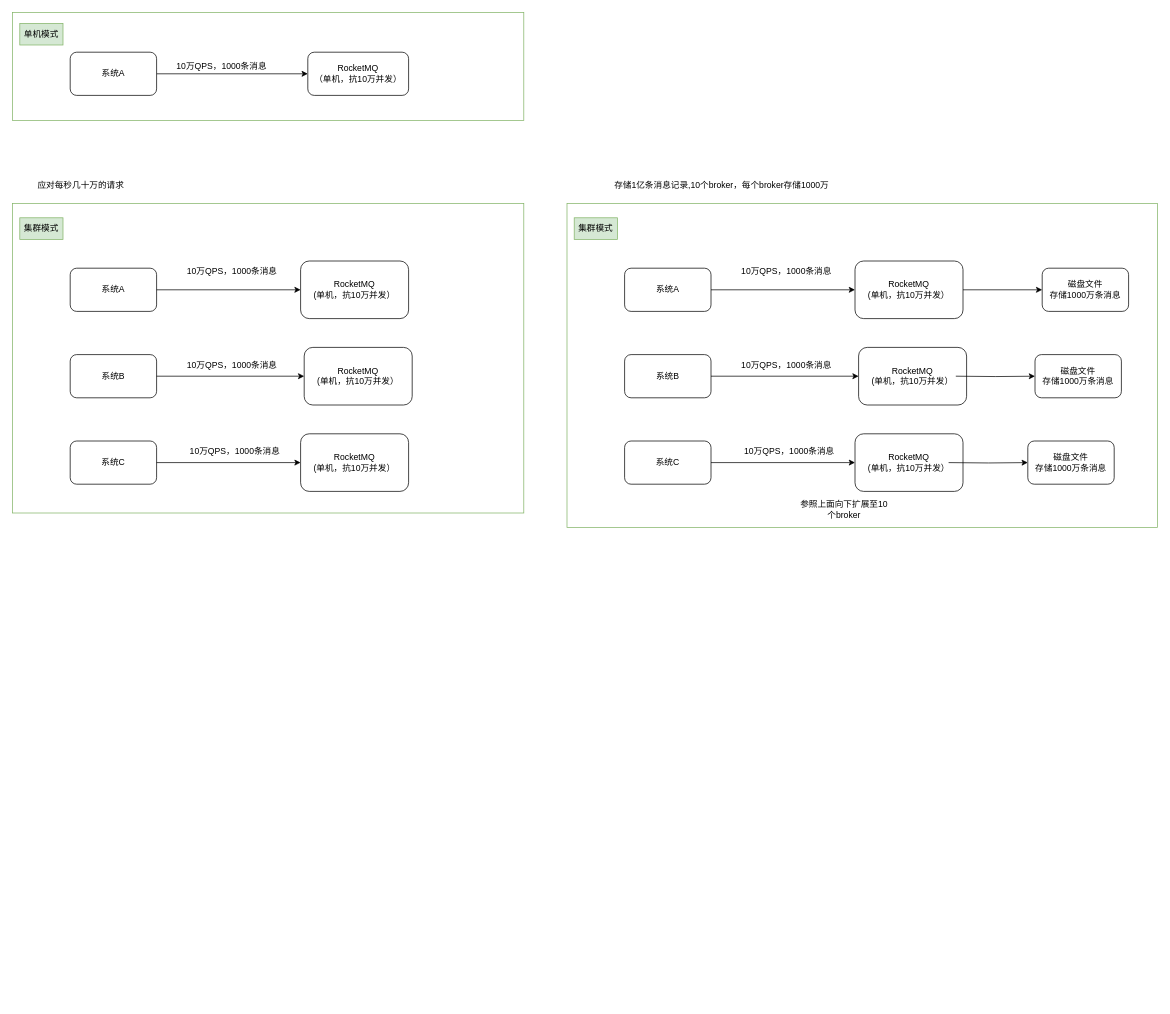
Above: RocketMQ.drawio in ChengyangLei/diagrams (draw.io), before the change. Source tidied: cells renumbered, new cells numbered last; positions are measured from the earlier drawing's top-left corner, leaving out a move shared by most shapes. Both pictures are drawn from the tidied source at 72%, with x=0, y=0 at pixel (12, 12).
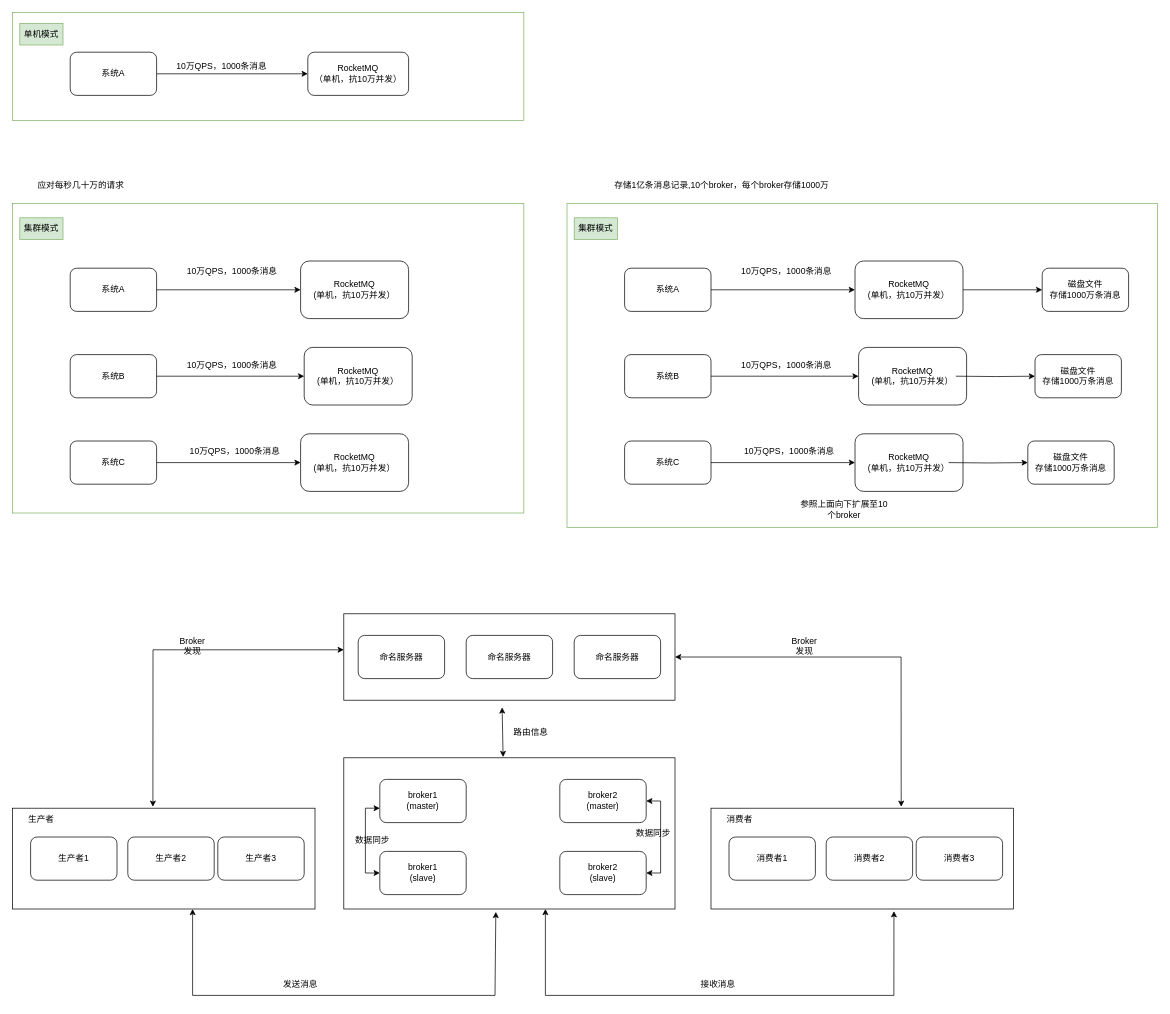
The same diagram, later.

The edit, as a diff of the source:
```diff
@@
+    <mxCell id="45" style="rounded=0;whiteSpace=wrap;html=1;fillColor=none;gradientColor=none;" parent="1" vertex="1">
+      <mxGeometry y="1105" width="420" height="140" as="geometry" />
+    </mxCell>
+    <mxCell id="46" value="生产者1" style="rounded=1;whiteSpace=wrap;html=1;fillColor=none;gradientColor=none;" parent="1" vertex="1">
+      <mxGeometry x="25" y="1145" width="120" height="60" as="geometry" />
+    </mxCell>
+    <mxCell id="47" value="生产者2" style="rounded=1;whiteSpace=wrap;html=1;fillColor=none;gradientColor=none;" parent="1" vertex="1">
+      <mxGeometry x="160" y="1145" width="120" height="60" as="geometry" />
+    </mxCell>
+    <mxCell id="48" value="生产者3" style="rounded=1;whiteSpace=wrap;html=1;fillColor=none;gradientColor=none;" parent="1" vertex="1">
+      <mxGeometry x="285" y="1145" width="120" height="60" as="geometry" />
+    </mxCell>
+    <mxCell id="49" value="生产者" style="text;html=1;strokeColor=none;fillColor=none;align=center;verticalAlign=middle;whiteSpace=wrap;rounded=0;" parent="1" vertex="1">
+      <mxGeometry x="10" y="1105" width="60" height="30" as="geometry" />
+    </mxCell>
+    <mxCell id="50" style="rounded=0;whiteSpace=wrap;html=1;fillColor=none;gradientColor=none;" parent="1" vertex="1">
+      <mxGeometry x="460" y="835" width="460" height="120" as="geometry" />
+    </mxCell>
+    <mxCell id="51" value="命名服务器" style="rounded=1;whiteSpace=wrap;html=1;fillColor=none;gradientColor=none;" parent="1" vertex="1">
+      <mxGeometry x="480" y="865" width="120" height="60" as="geometry" />
+    </mxCell>
+    <mxCell id="52" value="命名服务器" style="rounded=1;whiteSpace=wrap;html=1;fillColor=none;gradientColor=none;" parent="1" vertex="1">
+      <mxGeometry x="780" y="865" width="120" height="60" as="geometry" />
+    </mxCell>
+    <mxCell id="53" value="命名服务器" style="rounded=1;whiteSpace=wrap;html=1;fillColor=none;gradientColor=none;" parent="1" vertex="1">
+      <mxGeometry x="630" y="865" width="120" height="60" as="geometry" />
+    </mxCell>
+    <mxCell id="54" style="rounded=0;whiteSpace=wrap;html=1;fillColor=none;gradientColor=none;" parent="1" vertex="1">
+      <mxGeometry x="460" y="1035" width="460" height="210" as="geometry" />
+    </mxCell>
+    <mxCell id="55" value="broker1 &lt;br&gt;(master)" style="rounded=1;whiteSpace=wrap;html=1;fillColor=none;gradientColor=none;" parent="1" vertex="1">
+      <mxGeometry x="510" y="1065" width="120" height="60" as="geometry" />
+    </mxCell>
+    <mxCell id="56" value="broker2&lt;br&gt;(master)" style="rounded=1;whiteSpace=wrap;html=1;fillColor=none;gradientColor=none;" parent="1" vertex="1">
+      <mxGeometry x="760" y="1065" width="120" height="60" as="geometry" />
+    </mxCell>
+    <mxCell id="57" value="broker1 &lt;br&gt;(slave)" style="rounded=1;whiteSpace=wrap;html=1;fillColor=none;gradientColor=none;" parent="1" vertex="1">
+      <mxGeometry x="510" y="1165" width="120" height="60" as="geometry" />
+    </mxCell>
+    <mxCell id="58" value="broker2&lt;br&gt;(slave)" style="rounded=1;whiteSpace=wrap;html=1;fillColor=none;gradientColor=none;" parent="1" vertex="1">
+      <mxGeometry x="760" y="1165" width="120" height="60" as="geometry" />
+    </mxCell>
+    <mxCell id="59" style="endArrow=classic;startArrow=classic;html=1;rounded=0;exitX=0;exitY=0.5;exitDx=0;exitDy=0;" parent="1" edge="1" source="57">
+      <mxGeometry relative="1" as="geometry">
+        <mxPoint x="510" y="1105" as="targetPoint" />
+        <Array as="points">
+          <mxPoint x="490" y="1195" />
+          <mxPoint x="490" y="1105" />
+        </Array>
+      </mxGeometry>
+    </mxCell>
+    <mxCell id="60" value="数据同步" style="text;html=1;strokeColor=none;fillColor=none;align=center;verticalAlign=middle;whiteSpace=wrap;rounded=0;" parent="1" vertex="1">
+      <mxGeometry x="470" y="1135" width="60" height="30" as="geometry" />
+    </mxCell>
+    <mxCell id="61" style="endArrow=classic;startArrow=classic;html=1;rounded=0;exitX=1;exitY=0.5;exitDx=0;exitDy=0;entryX=1;entryY=0.5;entryDx=0;entryDy=0;" parent="1" edge="1" source="58" target="56">
+      <mxGeometry relative="1" as="geometry">
+        <Array as="points">
+          <mxPoint x="900" y="1195" />
+          <mxPoint x="900" y="1095" />
+        </Array>
+      </mxGeometry>
+    </mxCell>
+    <mxCell id="62" value="数据同步" style="text;html=1;strokeColor=none;fillColor=none;align=center;verticalAlign=middle;whiteSpace=wrap;rounded=0;" parent="1" vertex="1">
+      <mxGeometry x="860" y="1125" width="60" height="30" as="geometry" />
+    </mxCell>
+    <mxCell id="63" style="rounded=0;whiteSpace=wrap;html=1;fillColor=none;gradientColor=none;" parent="1" vertex="1">
+      <mxGeometry x="970" y="1105" width="420" height="140" as="geometry" />
+    </mxCell>
+    <mxCell id="64" value="消费者1" style="rounded=1;whiteSpace=wrap;html=1;fillColor=none;gradientColor=none;" parent="1" vertex="1">
+      <mxGeometry x="995" y="1145" width="120" height="60" as="geometry" />
+    </mxCell>
+    <mxCell id="65" value="消费者2" style="rounded=1;whiteSpace=wrap;html=1;fillColor=none;gradientColor=none;" parent="1" vertex="1">
+      <mxGeometry x="1130" y="1145" width="120" height="60" as="geometry" />
+    </mxCell>
+    <mxCell id="66" value="消费者3" style="rounded=1;whiteSpace=wrap;html=1;fillColor=none;gradientColor=none;" parent="1" vertex="1">
+      <mxGeometry x="1255" y="1145" width="120" height="60" as="geometry" />
+    </mxCell>
+    <mxCell id="67" value="消费者" style="text;html=1;strokeColor=none;fillColor=none;align=center;verticalAlign=middle;whiteSpace=wrap;rounded=0;" parent="1" vertex="1">
+      <mxGeometry x="980" y="1105" width="60" height="30" as="geometry" />
+    </mxCell>
+    <mxCell id="68" style="endArrow=classic;startArrow=classic;html=1;rounded=0;exitX=0.464;exitY=-0.014;exitDx=0;exitDy=0;exitPerimeter=0;" parent="1" edge="1" source="45">
+      <mxGeometry relative="1" as="geometry">
+        <mxPoint x="460" y="885" as="targetPoint" />
+        <Array as="points">
+          <mxPoint x="195" y="885" />
+        </Array>
+      </mxGeometry>
+    </mxCell>
+    <mxCell id="69" value="Broker &lt;br&gt;发现" style="text;html=1;strokeColor=none;fillColor=none;align=center;verticalAlign=middle;whiteSpace=wrap;rounded=0;" parent="1" vertex="1">
+      <mxGeometry x="220" y="865" width="60" height="30" as="geometry" />
+    </mxCell>
+    <mxCell id="70" style="endArrow=classic;startArrow=classic;html=1;rounded=0;entryX=0.629;entryY=-0.014;entryDx=0;entryDy=0;entryPerimeter=0;exitX=1;exitY=0.5;exitDx=0;exitDy=0;" parent="1" edge="1" source="50" target="63">
+      <mxGeometry relative="1" as="geometry">
+        <Array as="points">
+          <mxPoint x="1234" y="895" />
+        </Array>
+      </mxGeometry>
+    </mxCell>
+    <mxCell id="71" value="Broker &lt;br&gt;发现" style="text;html=1;strokeColor=none;fillColor=none;align=center;verticalAlign=middle;whiteSpace=wrap;rounded=0;" parent="1" vertex="1">
+      <mxGeometry x="1070" y="865" width="60" height="30" as="geometry" />
+    </mxCell>
+    <mxCell id="72" style="endArrow=classic;startArrow=classic;html=1;rounded=0;entryX=0.478;entryY=1.083;entryDx=0;entryDy=0;entryPerimeter=0;exitX=0.481;exitY=-0.005;exitDx=0;exitDy=0;exitPerimeter=0;" parent="1" edge="1" source="54" target="50">
+      <mxGeometry relative="1" as="geometry" />
+    </mxCell>
+    <mxCell id="73" value="路由信息" style="text;html=1;strokeColor=none;fillColor=none;align=center;verticalAlign=middle;whiteSpace=wrap;rounded=0;" parent="1" vertex="1">
+      <mxGeometry x="690" y="985" width="60" height="30" as="geometry" />
+    </mxCell>
+    <mxCell id="74" style="endArrow=classic;startArrow=classic;html=1;rounded=0;exitX=0.459;exitY=1.019;exitDx=0;exitDy=0;exitPerimeter=0;" parent="1" edge="1" source="54">
+      <mxGeometry relative="1" as="geometry">
+        <mxPoint x="250" y="1245" as="targetPoint" />
+        <Array as="points">
+          <mxPoint x="670" y="1365" />
+          <mxPoint x="250" y="1365" />
+        </Array>
+      </mxGeometry>
+    </mxCell>
+    <mxCell id="75" value="发送消息" style="text;html=1;strokeColor=none;fillColor=none;align=center;verticalAlign=middle;whiteSpace=wrap;rounded=0;" parent="1" vertex="1">
+      <mxGeometry x="370" y="1335" width="60" height="30" as="geometry" />
+    </mxCell>
+    <mxCell id="76" style="endArrow=classic;startArrow=classic;html=1;rounded=0;exitX=0.605;exitY=1.021;exitDx=0;exitDy=0;exitPerimeter=0;" parent="1" edge="1" source="63">
+      <mxGeometry relative="1" as="geometry">
+        <mxPoint x="740" y="1245" as="targetPoint" />
+        <Array as="points">
+          <mxPoint x="1224" y="1365" />
+          <mxPoint x="740" y="1365" />
+        </Array>
+      </mxGeometry>
+    </mxCell>
+    <mxCell id="77" value="接收消息" style="text;html=1;strokeColor=none;fillColor=none;align=center;verticalAlign=middle;whiteSpace=wrap;rounded=0;" parent="1" vertex="1">
+      <mxGeometry x="950" y="1335" width="60" height="30" as="geometry" />
+    </mxCell>
```
